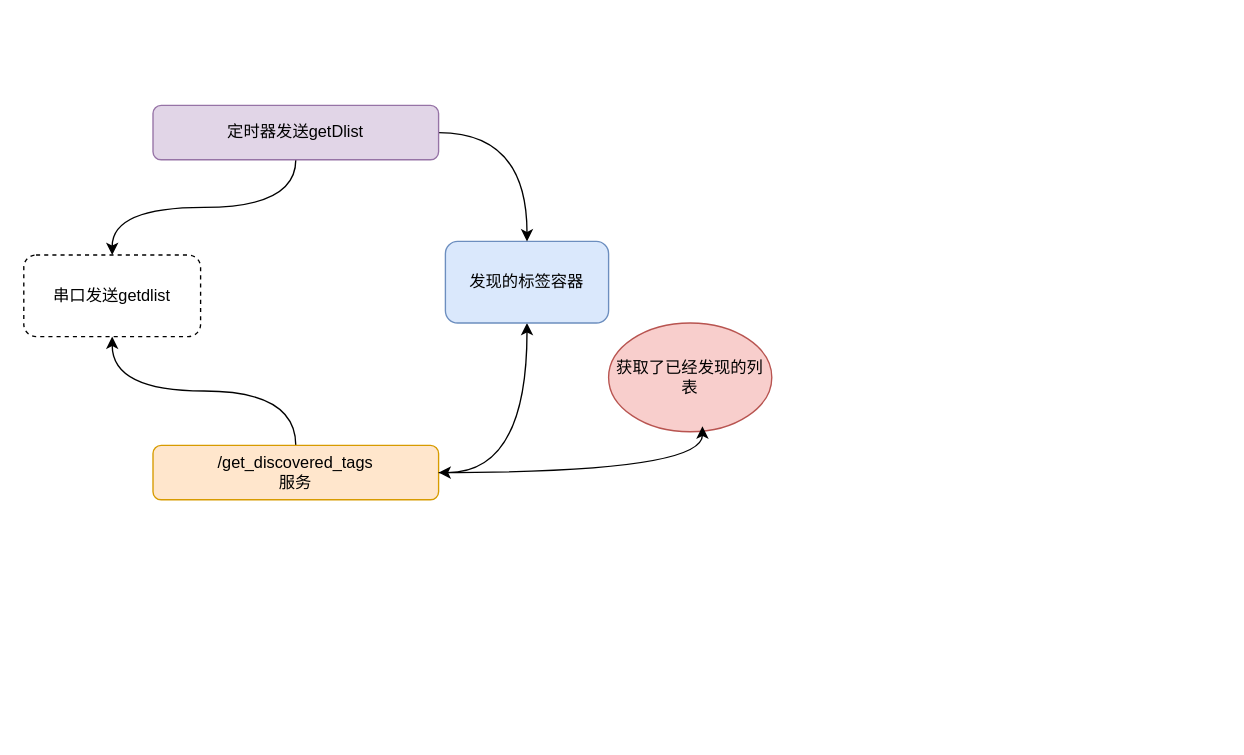
Above: WorkSpace/ObjectTrack/UWB基站动态标签配置.drawio in mailonghua/drawio (draw.io), before the change. Source tidied: cells renumbered, new cells numbered last; positions are measured from the earlier drawing's top-left corner, leaving out a move shared by most shapes. Both pictures are drawn from the tidied source at 136%, with x=0, y=0 at pixel (23, 105).
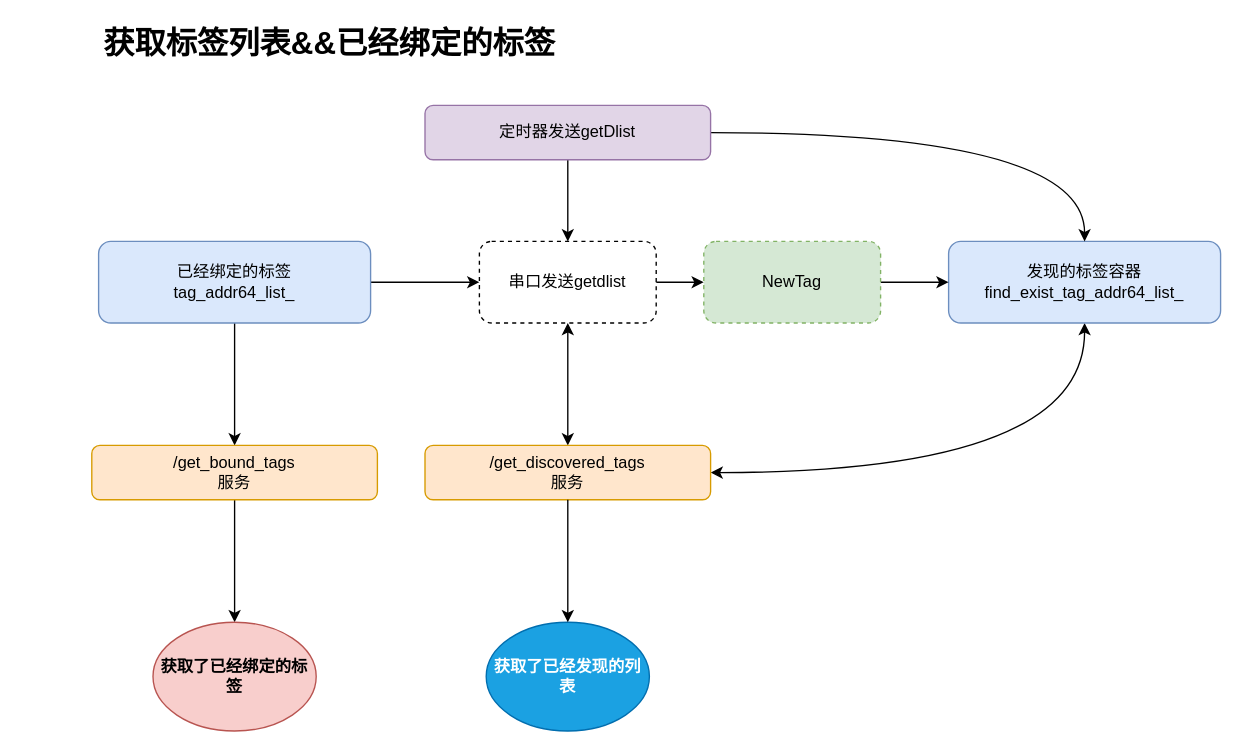
Above is the later version.

Commit message:
更新UWB基站动态标签配置.drawio

The edit, as a diff of the source:
```diff
@@
-    <mxCell id="3" style="edgeStyle=orthogonalEdgeStyle;rounded=0;jettySize=auto;html=1;exitX=0.5;exitY=0;exitDx=0;exitDy=0;entryX=0.5;entryY=1;entryDx=0;entryDy=0;curved=1;" parent="1" edge="1" source="4" target="9">
+    <mxCell id="3" style="edgeStyle=orthogonalEdgeStyle;rounded=0;jettySize=auto;html=1;exitX=0.5;exitY=0;exitDx=0;exitDy=0;entryX=0.5;entryY=1;entryDx=0;entryDy=0;curved=1;startArrow=classic;startFill=1;" parent="1" edge="1" source="4" target="9">
       <mxGeometry relative="1" as="geometry" />
     </mxCell>
     <mxCell id="4" value="/get_discovered_tags&lt;br&gt;服务" style="rounded=1;whiteSpace=wrap;html=1;fillColor=#ffe6cc;strokeColor=#d79b00;" parent="1" vertex="1">
-      <mxGeometry x="95" y="250" width="210" height="40" as="geometry" />
+      <mxGeometry x="295" y="250" width="210" height="40" as="geometry" />
     </mxCell>
-    <mxCell id="5" value="发现的标签容器" style="rounded=1;whiteSpace=wrap;html=1;fillColor=#dae8fc;strokeColor=#6c8ebf;" parent="1" vertex="1">
-      <mxGeometry x="310" y="100" width="120" height="60" as="geometry" />
+    <mxCell id="5" value="发现的标签容器&lt;br&gt;find_exist_tag_addr64_list_" style="rounded=1;whiteSpace=wrap;html=1;fillColor=#dae8fc;strokeColor=#6c8ebf;" parent="1" vertex="1">
+      <mxGeometry x="680" y="100" width="200" height="60" as="geometry" />
     </mxCell>
@@
     <mxCell id="8" value="定时器发送getDlist" style="rounded=1;whiteSpace=wrap;html=1;fillColor=#e1d5e7;strokeColor=#9673a6;" parent="1" vertex="1">
-      <mxGeometry x="95" width="210" height="40" as="geometry" />
+      <mxGeometry x="295" width="210" height="40" as="geometry" />
     </mxCell>
+    <mxCell id="12" style="edgeStyle=orthogonalEdgeStyle;rounded=0;jettySize=auto;html=1;exitX=1;exitY=0.5;exitDx=0;exitDy=0;entryX=0;entryY=0.5;entryDx=0;entryDy=0;" parent="1" edge="1" source="9" target="21">
+      <mxGeometry relative="1" as="geometry" />
+    </mxCell>
     <mxCell id="9" value="串口发送getdlist" style="rounded=1;whiteSpace=wrap;html=1;dashed=1;" parent="1" vertex="1">
-      <mxGeometry y="110" width="130" height="60" as="geometry" />
+      <mxGeometry x="335" y="100" width="130" height="60" as="geometry" />
     </mxCell>
-    <mxCell id="10" value="获取了已经发现的列表" style="ellipse;whiteSpace=wrap;html=1;fillColor=#f8cecc;strokeColor=#b85450;" parent="1" vertex="1">
-      <mxGeometry x="430" y="160" width="120" height="80" as="geometry" />
+    <mxCell id="10" value="获取了已经发现的列表" style="ellipse;whiteSpace=wrap;html=1;fillColor=#1ba1e2;strokeColor=#006EAF;fontColor=#ffffff;fontStyle=1;" parent="1" vertex="1">
+      <mxGeometry x="340" y="380" width="120" height="80" as="geometry" />
     </mxCell>
-    <mxCell id="11" style="edgeStyle=orthogonalEdgeStyle;rounded=0;jettySize=auto;html=1;exitX=1;exitY=0.5;exitDx=0;exitDy=0;entryX=0.575;entryY=0.95;entryDx=0;entryDy=0;entryPerimeter=0;curved=1;" parent="1" edge="1" source="4" target="10">
+    <mxCell id="11" style="edgeStyle=orthogonalEdgeStyle;rounded=0;jettySize=auto;html=1;exitX=0.5;exitY=1;exitDx=0;exitDy=0;entryX=0.5;entryY=0;entryDx=0;entryDy=0;curved=1;" parent="1" edge="1" source="4" target="10">
       <mxGeometry relative="1" as="geometry" />
     </mxCell>
+    <mxCell id="13" style="edgeStyle=orthogonalEdgeStyle;rounded=0;jettySize=auto;html=1;exitX=0.5;exitY=1;exitDx=0;exitDy=0;entryX=0.5;entryY=0;entryDx=0;entryDy=0;curved=1;" parent="1" edge="1" source="15" target="17">
+      <mxGeometry relative="1" as="geometry" />
+    </mxCell>
+    <mxCell id="14" style="edgeStyle=orthogonalEdgeStyle;rounded=0;jettySize=auto;html=1;exitX=1;exitY=0.5;exitDx=0;exitDy=0;entryX=0;entryY=0.5;entryDx=0;entryDy=0;" parent="1" edge="1" source="15" target="9">
+      <mxGeometry relative="1" as="geometry" />
+    </mxCell>
+    <mxCell id="15" value="已经绑定的标签&lt;br&gt;tag_addr64_list_" style="rounded=1;whiteSpace=wrap;html=1;fillColor=#dae8fc;strokeColor=#6c8ebf;" parent="1" vertex="1">
+      <mxGeometry x="55" y="100" width="200" height="60" as="geometry" />
+    </mxCell>
+    <mxCell id="16" style="edgeStyle=orthogonalEdgeStyle;rounded=0;jettySize=auto;html=1;exitX=0.5;exitY=1;exitDx=0;exitDy=0;entryX=0.5;entryY=0;entryDx=0;entryDy=0;curved=1;" parent="1" edge="1" source="17" target="18">
+      <mxGeometry relative="1" as="geometry" />
+    </mxCell>
+    <mxCell id="17" value="/get_bound_tags&lt;br&gt;服务" style="rounded=1;whiteSpace=wrap;html=1;fillColor=#ffe6cc;strokeColor=#d79b00;" parent="1" vertex="1">
+      <mxGeometry x="50" y="250" width="210" height="40" as="geometry" />
+    </mxCell>
+    <mxCell id="18" value="获取了已经绑定的标签" style="ellipse;whiteSpace=wrap;html=1;fillColor=#f8cecc;strokeColor=#b85450;fontStyle=1;" parent="1" vertex="1">
+      <mxGeometry x="95" y="380" width="120" height="80" as="geometry" />
+    </mxCell>
+    <mxCell id="19" value="获取标签列表&amp;amp;&amp;amp;已经绑定的标签" style="text;html=1;whiteSpace=wrap;strokeColor=none;fillColor=none;align=center;verticalAlign=middle;rounded=0;fontSize=23;fontStyle=1;" parent="1" vertex="1">
+      <mxGeometry x="50" y="-60" width="350" height="30" as="geometry" />
+    </mxCell>
+    <mxCell id="20" style="edgeStyle=orthogonalEdgeStyle;rounded=0;jettySize=auto;html=1;exitX=1;exitY=0.5;exitDx=0;exitDy=0;entryX=0;entryY=0.5;entryDx=0;entryDy=0;" parent="1" edge="1" source="21" target="5">
+      <mxGeometry relative="1" as="geometry" />
+    </mxCell>
+    <mxCell id="21" value="NewTag" style="rounded=1;whiteSpace=wrap;html=1;dashed=1;fillColor=#d5e8d4;strokeColor=#82b366;" parent="1" vertex="1">
+      <mxGeometry x="500" y="100" width="130" height="60" as="geometry" />
+    </mxCell>
```
